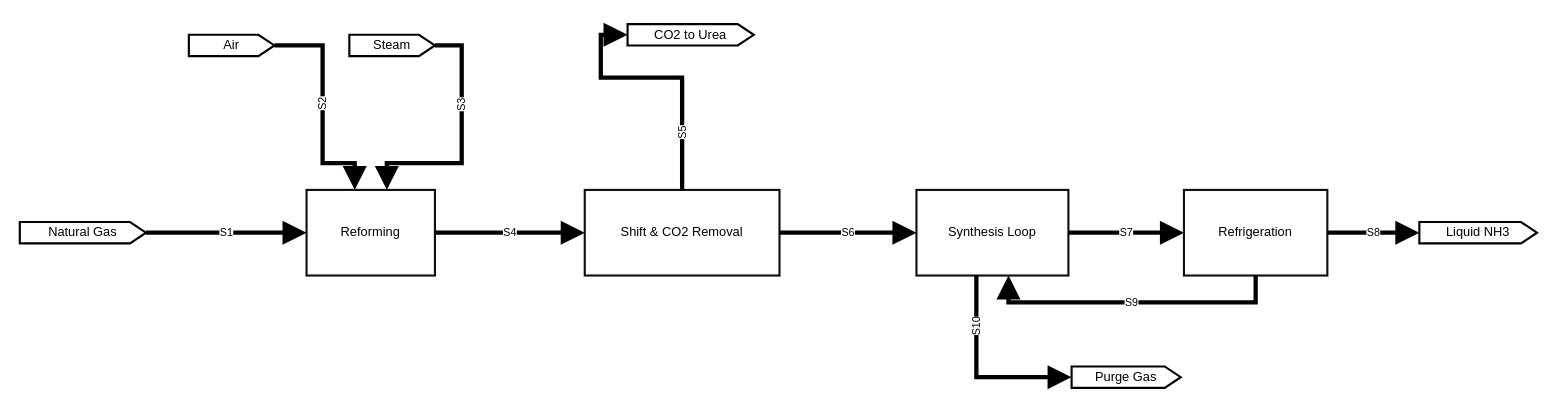
Earlier version of the draw.io diagram drawio-samples/12_block_flow_diagram.drawio (Alpha9463/pandid). Source tidied: cells renumbered, new cells numbered last; positions are measured from the earlier drawing's top-left corner, leaving out a move shared by most shapes. Both pictures are drawn from the tidied source at 107%, with x=0, y=0 at pixel (19, 24).
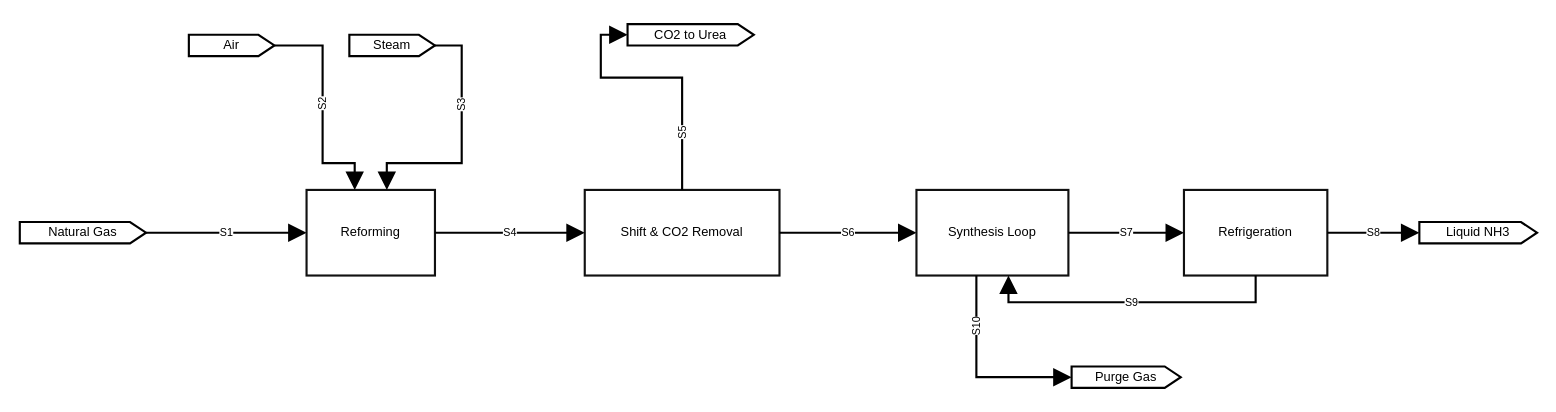
The same diagram, later.

Unchanged cells that the change refers to:
```xml
<mxCell id="2" value="Reforming" style="html=1;rounded=0;whiteSpace=wrap;strokeColor=#111;fillColor=none;strokeWidth=2;verticalLabelPosition=middle;verticalAlign=middle;align=center;fontSize=12;" parent="1" vertex="1">
  <mxGeometry x="268" y="155" width="120" height="80" as="geometry" />
</mxCell>
<mxCell id="3" value="Shift &amp;amp; CO2 Removal" style="html=1;rounded=0;whiteSpace=wrap;strokeColor=#111;fillColor=none;strokeWidth=2;verticalLabelPosition=middle;verticalAlign=middle;align=center;fontSize=12;" parent="1" vertex="1">
  <mxGeometry x="528" y="155" width="182" height="80" as="geometry" />
</mxCell>
<mxCell id="4" value="Synthesis Loop" style="html=1;rounded=0;whiteSpace=wrap;strokeColor=#111;fillColor=none;strokeWidth=2;verticalLabelPosition=middle;verticalAlign=middle;align=center;fontSize=12;" parent="1" vertex="1">
  <mxGeometry x="838" y="155" width="142" height="80" as="geometry" />
</mxCell>
<mxCell id="5" value="Refrigeration" style="html=1;rounded=0;whiteSpace=wrap;strokeColor=#111;fillColor=none;strokeWidth=2;verticalLabelPosition=middle;verticalAlign=middle;align=center;fontSize=12;" parent="1" vertex="1">
  <mxGeometry x="1088" y="155" width="134" height="80" as="geometry" />
</mxCell>
<mxCell id="6" value="Natural Gas" style="html=1;shape=offPageConnector;size=0.127119;direction=north;anchorPointDirection=0;legacyAnchorPoints=1;rounded=0;whiteSpace=wrap;strokeColor=#000000;fillColor=none;strokeWidth=2;verticalLabelPosition=middle;verticalAlign=middle;align=center;fontSize=12;" parent="1" vertex="1">
  <mxGeometry y="185" width="118" height="20" as="geometry" />
</mxCell>
<mxCell id="7" value="Air" style="html=1;shape=offPageConnector;size=0.1875;direction=north;anchorPointDirection=0;legacyAnchorPoints=1;rounded=0;whiteSpace=wrap;strokeColor=#000000;fillColor=none;strokeWidth=2;verticalLabelPosition=middle;verticalAlign=middle;align=center;fontSize=12;" parent="1" vertex="1">
  <mxGeometry x="158" y="10" width="80" height="20" as="geometry" />
</mxCell>
<mxCell id="8" value="Steam" style="html=1;shape=offPageConnector;size=0.1875;direction=north;anchorPointDirection=0;legacyAnchorPoints=1;rounded=0;whiteSpace=wrap;strokeColor=#000000;fillColor=none;strokeWidth=2;verticalLabelPosition=middle;verticalAlign=middle;align=center;fontSize=12;" parent="1" vertex="1">
  <mxGeometry x="308" y="10" width="80" height="20" as="geometry" />
</mxCell>
<mxCell id="9" value="CO2 to Urea" style="html=1;shape=offPageConnector;size=0.127119;direction=north;anchorPointDirection=0;legacyAnchorPoints=1;rounded=0;whiteSpace=wrap;strokeColor=#000000;fillColor=none;strokeWidth=2;verticalLabelPosition=middle;verticalAlign=middle;align=center;fontSize=12;" parent="1" vertex="1">
  <mxGeometry x="568" width="118" height="20" as="geometry" />
</mxCell>
<mxCell id="10" value="Liquid NH3" style="html=1;shape=offPageConnector;size=0.136364;direction=north;anchorPointDirection=0;legacyAnchorPoints=1;rounded=0;whiteSpace=wrap;strokeColor=#000000;fillColor=none;strokeWidth=2;verticalLabelPosition=middle;verticalAlign=middle;align=center;fontSize=12;" parent="1" vertex="1">
  <mxGeometry x="1308" y="185" width="110" height="20" as="geometry" />
</mxCell>
<mxCell id="11" value="Purge Gas" style="html=1;shape=offPageConnector;size=0.147059;direction=north;anchorPointDirection=0;legacyAnchorPoints=1;rounded=0;whiteSpace=wrap;strokeColor=#000000;fillColor=none;strokeWidth=2;verticalLabelPosition=middle;verticalAlign=middle;align=center;fontSize=12;" parent="1" vertex="1">
  <mxGeometry x="983" y="320" width="102" height="20" as="geometry" />
</mxCell>
```

The edit, as a diff of the source:
```diff
@@
-    <mxCell id="12" value="S1" style="html=1;edgeStyle=none;rounded=0;jettySize=auto;exitX=1;exitY=0.5;exitDx=0;exitDy=0;exitPerimeter=0;entryX=0;entryY=0.5;entryDx=0;entryDy=0;entryPerimeter=0;strokeColor=#000000;strokeWidth=4;endArrow=block;endFill=1;endSize=12;startArrow=none;labelBackgroundColor=#ffffff;verticalAlign=middle;align=center;fontSize=10;" parent="1" edge="1" source="6" target="2">
+    <mxCell id="12" value="S1" style="html=1;edgeStyle=none;rounded=0;jettySize=auto;exitX=1;exitY=0.5;exitDx=0;exitDy=0;exitPerimeter=0;entryX=0;entryY=0.5;entryDx=0;entryDy=0;entryPerimeter=0;strokeColor=#000000;strokeWidth=2;endArrow=block;endFill=1;endSize=12;startArrow=none;labelBackgroundColor=#ffffff;verticalAlign=middle;align=center;fontSize=10;" parent="1" edge="1" source="6" target="2">
       <mxGeometry relative="1" as="geometry" />
     </mxCell>
-    <mxCell id="13" value="S2" style="html=1;edgeStyle=none;rounded=0;jettySize=auto;exitX=1;exitY=0.5;exitDx=0;exitDy=0;exitPerimeter=0;entryX=0.375;entryY=0;entryDx=0;entryDy=0;entryPerimeter=0;strokeColor=#000000;strokeWidth=4;endArrow=block;endFill=1;endSize=12;startArrow=none;labelBackgroundColor=#ffffff;verticalAlign=middle;align=center;fontSize=10;horizontal=0;" parent="1" edge="1" source="7" target="2">
+    <mxCell id="13" value="S2" style="html=1;edgeStyle=none;rounded=0;jettySize=auto;exitX=1;exitY=0.5;exitDx=0;exitDy=0;exitPerimeter=0;entryX=0.375;entryY=0;entryDx=0;entryDy=0;entryPerimeter=0;strokeColor=#000000;strokeWidth=2;endArrow=block;endFill=1;endSize=12;startArrow=none;labelBackgroundColor=#ffffff;verticalAlign=middle;align=center;fontSize=10;horizontal=0;" parent="1" edge="1" source="7" target="2">
       <mxGeometry x="-0.05" relative="1" as="geometry">
         <Array as="points">
           <mxPoint x="283" y="20" />
           <mxPoint x="283" y="130" />
           <mxPoint x="313" y="130" />
         </Array>
       </mxGeometry>
     </mxCell>
-    <mxCell id="14" value="S3" style="html=1;edgeStyle=none;rounded=0;jettySize=auto;exitX=1;exitY=0.5;exitDx=0;exitDy=0;exitPerimeter=0;entryX=0.625;entryY=0;entryDx=0;entryDy=0;entryPerimeter=0;strokeColor=#000000;strokeWidth=4;endArrow=block;endFill=1;endSize=12;startArrow=none;labelBackgroundColor=#ffffff;verticalAlign=middle;align=center;fontSize=10;horizontal=0;" parent="1" edge="1" source="8" target="2">
+    <mxCell id="14" value="S3" style="html=1;edgeStyle=none;rounded=0;jettySize=auto;exitX=1;exitY=0.5;exitDx=0;exitDy=0;exitPerimeter=0;entryX=0.625;entryY=0;entryDx=0;entryDy=0;entryPerimeter=0;strokeColor=#000000;strokeWidth=2;endArrow=block;endFill=1;endSize=12;startArrow=none;labelBackgroundColor=#ffffff;verticalAlign=middle;align=center;fontSize=10;horizontal=0;" parent="1" edge="1" source="8" target="2">
       <mxGeometry x="-0.3" relative="1" as="geometry">
         <Array as="points">
           <mxPoint x="413" y="20" />
           <mxPoint x="413" y="130" />
           <mxPoint x="343" y="130" />
         </Array>
       </mxGeometry>
     </mxCell>
-    <mxCell id="15" value="S4" style="html=1;edgeStyle=none;rounded=0;jettySize=auto;exitX=1;exitY=0.5;exitDx=0;exitDy=0;exitPerimeter=0;entryX=0;entryY=0.5;entryDx=0;entryDy=0;entryPerimeter=0;strokeColor=#000000;strokeWidth=4;endArrow=block;endFill=1;endSize=12;startArrow=none;labelBackgroundColor=#ffffff;verticalAlign=middle;align=center;fontSize=10;" parent="1" edge="1" source="2" target="3">
+    <mxCell id="15" value="S4" style="html=1;edgeStyle=none;rounded=0;jettySize=auto;exitX=1;exitY=0.5;exitDx=0;exitDy=0;exitPerimeter=0;entryX=0;entryY=0.5;entryDx=0;entryDy=0;entryPerimeter=0;strokeColor=#000000;strokeWidth=2;endArrow=block;endFill=1;endSize=12;startArrow=none;labelBackgroundColor=#ffffff;verticalAlign=middle;align=center;fontSize=10;" parent="1" edge="1" source="2" target="3">
       <mxGeometry relative="1" as="geometry" />
     </mxCell>
-    <mxCell id="16" value="S5" style="html=1;edgeStyle=none;rounded=0;jettySize=auto;exitX=0.5;exitY=0;exitDx=0;exitDy=0;exitPerimeter=0;entryX=0;entryY=0.5;entryDx=0;entryDy=0;entryPerimeter=0;strokeColor=#000000;strokeWidth=4;endArrow=block;endFill=1;endSize=12;startArrow=none;labelBackgroundColor=#ffffff;verticalAlign=middle;align=center;fontSize=10;horizontal=0;" parent="1" edge="1" source="3" target="9">
+    <mxCell id="16" value="S5" style="html=1;edgeStyle=none;rounded=0;jettySize=auto;exitX=0.5;exitY=0;exitDx=0;exitDy=0;exitPerimeter=0;entryX=0;entryY=0.5;entryDx=0;entryDy=0;entryPerimeter=0;strokeColor=#000000;strokeWidth=2;endArrow=block;endFill=1;endSize=12;startArrow=none;labelBackgroundColor=#ffffff;verticalAlign=middle;align=center;fontSize=10;horizontal=0;" parent="1" edge="1" source="3" target="9">
       <mxGeometry x="-0.57" relative="1" as="geometry">
         <Array as="points">
           <mxPoint x="619" y="50" />
           <mxPoint x="543" y="50" />
           <mxPoint x="543" y="10" />
         </Array>
       </mxGeometry>
     </mxCell>
-    <mxCell id="17" value="S6" style="html=1;edgeStyle=none;rounded=0;jettySize=auto;exitX=1;exitY=0.5;exitDx=0;exitDy=0;exitPerimeter=0;entryX=0;entryY=0.5;entryDx=0;entryDy=0;entryPerimeter=0;strokeColor=#000000;strokeWidth=4;endArrow=block;endFill=1;endSize=12;startArrow=none;labelBackgroundColor=#ffffff;verticalAlign=middle;align=center;fontSize=10;" parent="1" edge="1" source="3" target="4">
+    <mxCell id="17" value="S6" style="html=1;edgeStyle=none;rounded=0;jettySize=auto;exitX=1;exitY=0.5;exitDx=0;exitDy=0;exitPerimeter=0;entryX=0;entryY=0.5;entryDx=0;entryDy=0;entryPerimeter=0;strokeColor=#000000;strokeWidth=2;endArrow=block;endFill=1;endSize=12;startArrow=none;labelBackgroundColor=#ffffff;verticalAlign=middle;align=center;fontSize=10;" parent="1" edge="1" source="3" target="4">
       <mxGeometry relative="1" as="geometry" />
     </mxCell>
-    <mxCell id="18" value="S7" style="html=1;edgeStyle=none;rounded=0;jettySize=auto;exitX=1;exitY=0.5;exitDx=0;exitDy=0;exitPerimeter=0;entryX=0;entryY=0.5;entryDx=0;entryDy=0;entryPerimeter=0;strokeColor=#000000;strokeWidth=4;endArrow=block;endFill=1;endSize=12;startArrow=none;labelBackgroundColor=#ffffff;verticalAlign=middle;align=center;fontSize=10;" parent="1" edge="1" source="4" target="5">
+    <mxCell id="18" value="S7" style="html=1;edgeStyle=none;rounded=0;jettySize=auto;exitX=1;exitY=0.5;exitDx=0;exitDy=0;exitPerimeter=0;entryX=0;entryY=0.5;entryDx=0;entryDy=0;entryPerimeter=0;strokeColor=#000000;strokeWidth=2;endArrow=block;endFill=1;endSize=12;startArrow=none;labelBackgroundColor=#ffffff;verticalAlign=middle;align=center;fontSize=10;" parent="1" edge="1" source="4" target="5">
       <mxGeometry relative="1" as="geometry" />
     </mxCell>
-    <mxCell id="19" value="S8" style="html=1;edgeStyle=none;rounded=0;jettySize=auto;exitX=1;exitY=0.5;exitDx=0;exitDy=0;exitPerimeter=0;entryX=0;entryY=0.5;entryDx=0;entryDy=0;entryPerimeter=0;strokeColor=#000000;strokeWidth=4;endArrow=block;endFill=1;endSize=12;startArrow=none;labelBackgroundColor=#ffffff;verticalAlign=middle;align=center;fontSize=10;" parent="1" edge="1" source="5" target="10">
+    <mxCell id="19" value="S8" style="html=1;edgeStyle=none;rounded=0;jettySize=auto;exitX=1;exitY=0.5;exitDx=0;exitDy=0;exitPerimeter=0;entryX=0;entryY=0.5;entryDx=0;entryDy=0;entryPerimeter=0;strokeColor=#000000;strokeWidth=2;endArrow=block;endFill=1;endSize=12;startArrow=none;labelBackgroundColor=#ffffff;verticalAlign=middle;align=center;fontSize=10;" parent="1" edge="1" source="5" target="10">
       <mxGeometry relative="1" as="geometry" />
     </mxCell>
-    <mxCell id="20" value="S9" style="html=1;edgeStyle=none;rounded=0;jettySize=auto;exitX=0.5;exitY=1;exitDx=0;exitDy=0;exitPerimeter=0;entryX=0.605634;entryY=1;entryDx=0;entryDy=0;entryPerimeter=0;strokeColor=#000000;strokeWidth=4;endArrow=block;endFill=1;endSize=12;startArrow=none;labelBackgroundColor=#ffffff;verticalAlign=middle;align=center;fontSize=10;" parent="1" edge="1" source="5" target="4">
+    <mxCell id="20" value="S9" style="html=1;edgeStyle=none;rounded=0;jettySize=auto;exitX=0.5;exitY=1;exitDx=0;exitDy=0;exitPerimeter=0;entryX=0.605634;entryY=1;entryDx=0;entryDy=0;entryPerimeter=0;strokeColor=#000000;strokeWidth=2;endArrow=block;endFill=1;endSize=12;startArrow=none;labelBackgroundColor=#ffffff;verticalAlign=middle;align=center;fontSize=10;" parent="1" edge="1" source="5" target="4">
       <mxGeometry relative="1" as="geometry">
         <Array as="points">
           <mxPoint x="1155" y="260" />
           <mxPoint x="924" y="260" />
         </Array>
       </mxGeometry>
     </mxCell>
-    <mxCell id="21" value="S10" style="html=1;edgeStyle=none;rounded=0;jettySize=auto;exitX=0.394366;exitY=1;exitDx=0;exitDy=0;exitPerimeter=0;entryX=0;entryY=0.5;entryDx=0;entryDy=0;entryPerimeter=0;strokeColor=#000000;strokeWidth=4;endArrow=block;endFill=1;endSize=12;startArrow=none;labelBackgroundColor=#ffffff;verticalAlign=middle;align=center;fontSize=10;horizontal=0;" parent="1" edge="1" source="4" target="11">
+    <mxCell id="21" value="S10" style="html=1;edgeStyle=none;rounded=0;jettySize=auto;exitX=0.394366;exitY=1;exitDx=0;exitDy=0;exitPerimeter=0;entryX=0;entryY=0.5;entryDx=0;entryDy=0;entryPerimeter=0;strokeColor=#000000;strokeWidth=2;endArrow=block;endFill=1;endSize=12;startArrow=none;labelBackgroundColor=#ffffff;verticalAlign=middle;align=center;fontSize=10;horizontal=0;" parent="1" edge="1" source="4" target="11">
       <mxGeometry x="-0.48" relative="1" as="geometry">
         <Array as="points">
           <mxPoint x="894" y="330" />
         </Array>
       </mxGeometry>
     </mxCell>
```
